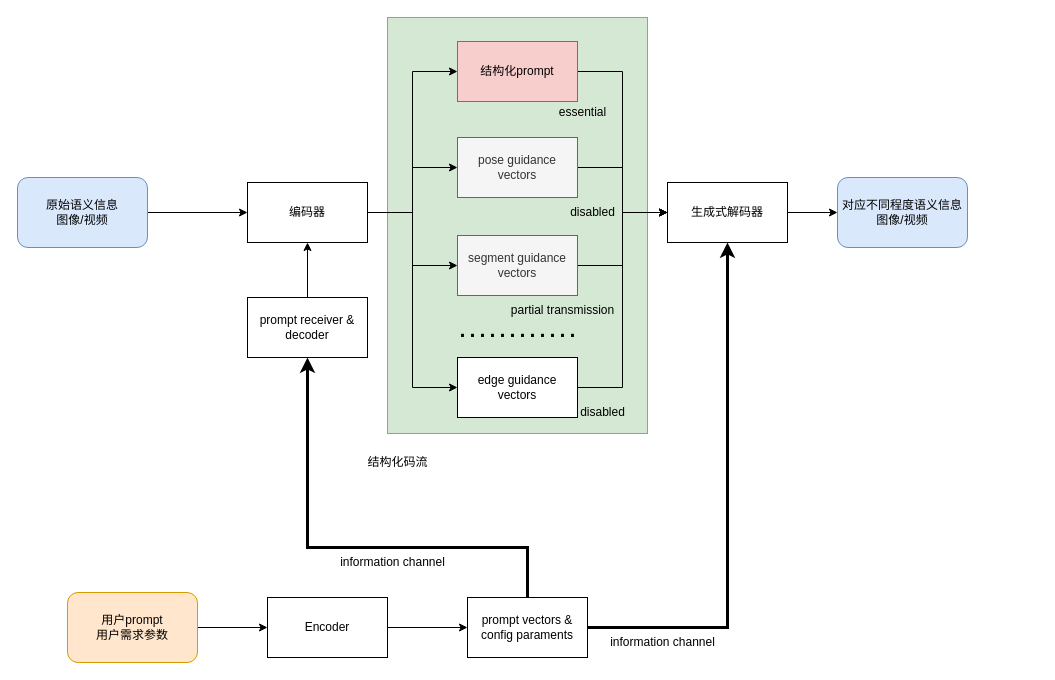
Earlier version of the draw.io diagram 基于生成式AI的结构化语义编解码系统.drawio (hrf666666/FlowCharts). Source tidied: cells renumbered, new cells numbered last; positions are measured from the earlier drawing's top-left corner, leaving out a move shared by most shapes. Both pictures are drawn from the tidied source at 100%, with x=0, y=0 at pixel (17, 17).
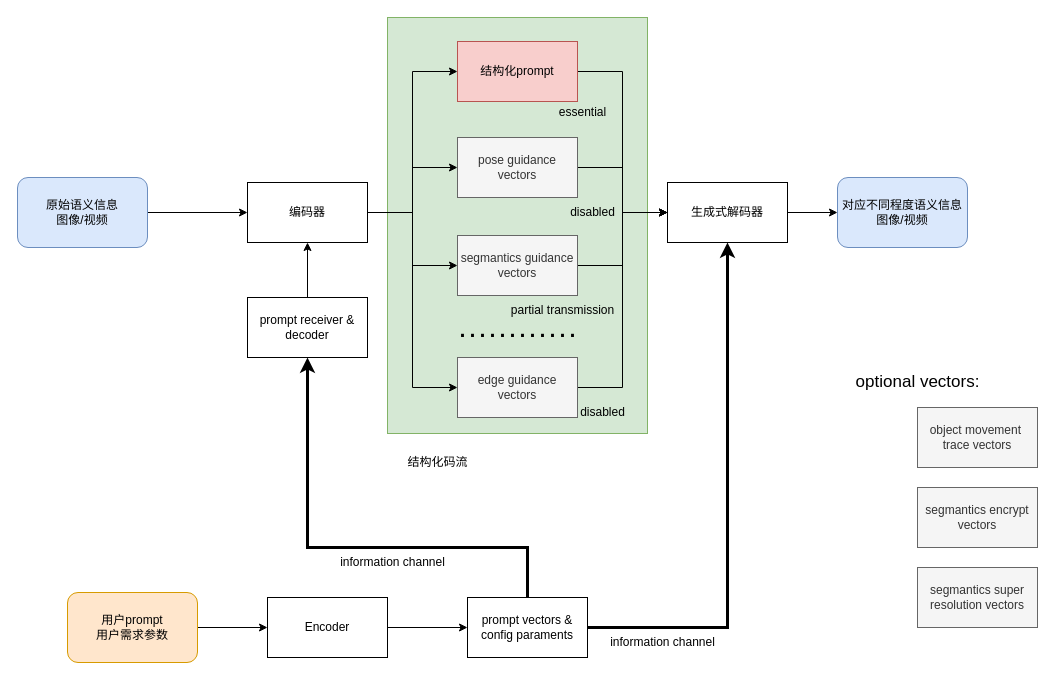
The same diagram, later.

Commit message (it also covers changes not shown here):
更新基于生成式AI的结构化语义编解码系统.drawio

Diff of the diagram source:
```diff
@@
-    <mxCell id="16" value="segment guidance&lt;div&gt;vectors&lt;/div&gt;" style="rounded=0;whiteSpace=wrap;html=1;fillColor=#f5f5f5;fontColor=#333333;strokeColor=#666666;" parent="1" vertex="1">
+    <mxCell id="16" value="segmantics guidance&lt;div&gt;vectors&lt;/div&gt;" style="rounded=0;whiteSpace=wrap;html=1;fillColor=#f5f5f5;fontColor=#333333;strokeColor=#666666;" parent="1" vertex="1">
       <mxGeometry x="440" y="218" width="120" height="60" as="geometry" />
     </mxCell>
@@
-    <mxCell id="18" value="edge guidance&lt;div&gt;vectors&lt;/div&gt;" style="rounded=0;whiteSpace=wrap;html=1;" parent="1" vertex="1">
+    <mxCell id="18" value="edge guidance&lt;div&gt;vectors&lt;/div&gt;" style="rounded=0;whiteSpace=wrap;html=1;fillColor=#f5f5f5;fontColor=#333333;strokeColor=#666666;" parent="1" vertex="1">
       <mxGeometry x="440" y="340" width="120" height="60" as="geometry" />
     </mxCell>
@@
     <mxCell id="33" value="结构化码流" style="text;html=1;align=center;verticalAlign=middle;strokeColor=none;fillColor=none;" parent="1" vertex="1">
-      <mxGeometry x="340" y="430" width="80" height="30" as="geometry" />
+      <mxGeometry x="380" y="430" width="80" height="30" as="geometry" />
     </mxCell>
@@
+    <mxCell id="38" value="object movement&amp;nbsp;&lt;div&gt;trace vectors&lt;/div&gt;" style="rounded=0;whiteSpace=wrap;html=1;fillColor=#f5f5f5;fontColor=#333333;strokeColor=#666666;" parent="1" vertex="1">
+      <mxGeometry x="900" y="390" width="120" height="60" as="geometry" />
+    </mxCell>
+    <mxCell id="39" value="segmantics encrypt&lt;div&gt;vectors&lt;/div&gt;" style="rounded=0;whiteSpace=wrap;html=1;fillColor=#f5f5f5;fontColor=#333333;strokeColor=#666666;" parent="1" vertex="1">
+      <mxGeometry x="900" y="470" width="120" height="60" as="geometry" />
+    </mxCell>
+    <mxCell id="40" value="segmantics super&lt;div&gt;resolution vectors&lt;/div&gt;" style="rounded=0;whiteSpace=wrap;html=1;fillColor=#f5f5f5;fontColor=#333333;strokeColor=#666666;" parent="1" vertex="1">
+      <mxGeometry x="900" y="550" width="120" height="60" as="geometry" />
+    </mxCell>
+    <mxCell id="41" value="&lt;font style=&quot;font-size: 17px;&quot;&gt;optional vectors:&lt;/font&gt;" style="text;html=1;align=center;verticalAlign=middle;strokeColor=none;fillColor=none;" parent="1" vertex="1">
+      <mxGeometry x="825" y="350" width="150" height="30" as="geometry" />
+    </mxCell>
```
